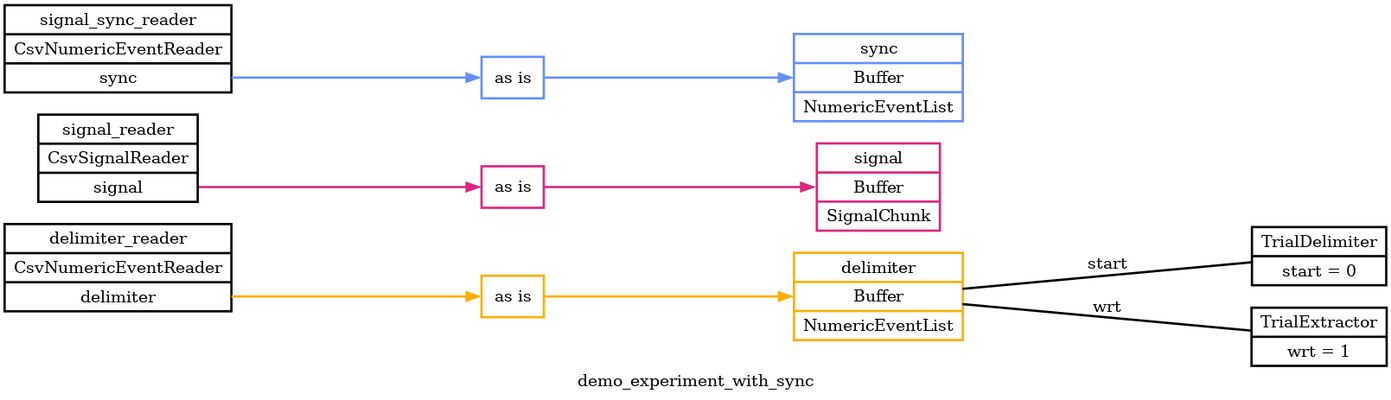
The Graphviz diagram docs/signal-demo/demo_experiment_with_sync.png in lwthompson2/pyramid, before a commit. Its source is kept beside it as docs/signal-demo/demo_experiment_with_sync.dot.
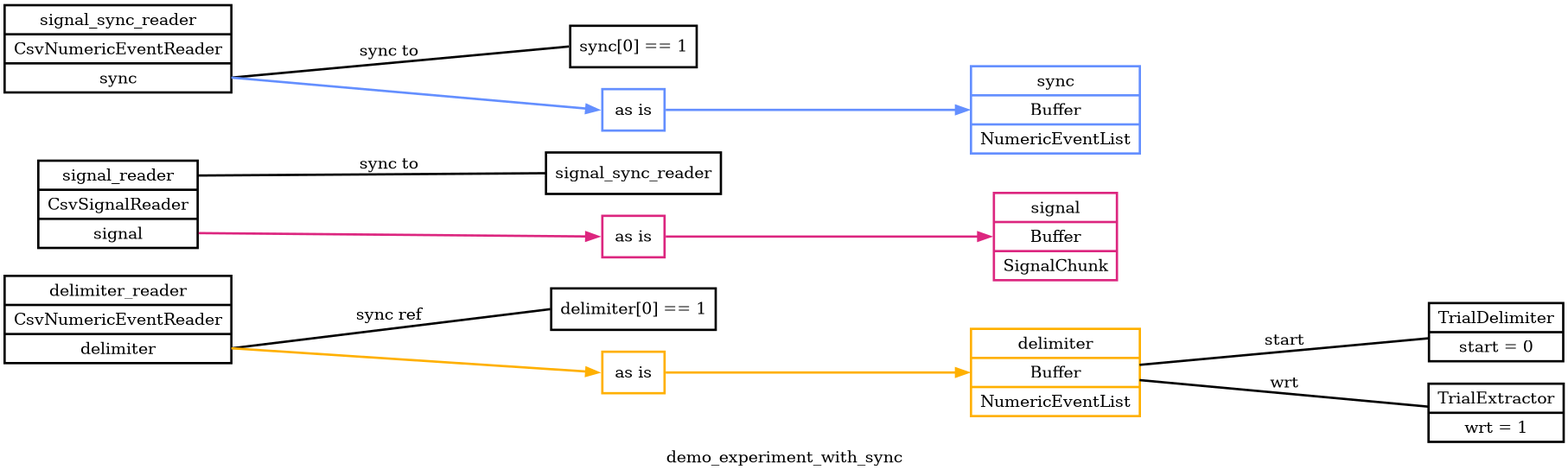
The same diagram one commit later.

The edit, as a diff of the source:
```diff
@@ -2,18 +2,24 @@
 	graph [label=demo_experiment_with_sync overlap=scale rankdir=LR ranksep=3.0 splines=false]
 	node [penwidth=2.0]
 	edge [penwidth=2.0]
-	delimiter_reader [label="delimiter_reader|CsvNumericEventReader|<delimiter>delimiter" shape=record]
-	signal_reader [label="signal_reader|CsvSignalReader|<signal>signal" shape=record]
-	signal_sync_reader [label="signal_sync_reader|CsvNumericEventReader|<sync>sync" shape=record]
+	delimiter_reader [label="<delimiter_reader>delimiter_reader|CsvNumericEventReader|<delimiter>delimiter" shape=record]
+	signal_reader [label="<signal_reader>signal_reader|CsvSignalReader|<signal>signal" shape=record]
+	signal_sync_reader [label="<signal_sync_reader>signal_sync_reader|CsvNumericEventReader|<sync>sync" shape=record]
 	delimiter [label="delimiter|Buffer|NumericEventList" color="#FFB000" shape=record]
 	signal [label="signal|Buffer|SignalChunk" color="#DC267F" shape=record]
 	sync [label="sync|Buffer|NumericEventList" color="#648FFF" shape=record]
+	delimiter_reader_sync [label="delimiter[0] == 1" shape=record]
+	delimiter_reader:delimiter:e -> delimiter_reader_sync:w [label="sync ref" arrowhead=none arrowtail=none]
 	delimiter_reader_route_0 [label="as is" color="#FFB000" shape=record]
 	delimiter_reader:delimiter:e -> delimiter_reader_route_0:w [color="#FFB000"]
 	delimiter_reader_route_0:e -> delimiter:w [color="#FFB000"]
+	signal_reader_sync [label=signal_sync_reader shape=record]
+	signal_reader:signal_reader:e -> signal_reader_sync:w [label="sync to" arrowhead=none arrowtail=none]
 	signal_reader_route_0 [label="as is" color="#DC267F" shape=record]
 	signal_reader:signal:e -> signal_reader_route_0:w [color="#DC267F"]
 	signal_reader_route_0:e -> signal:w [color="#DC267F"]
+	signal_sync_reader_sync [label="sync[0] == 1" shape=record]
+	signal_sync_reader:sync:e -> signal_sync_reader_sync:w [label="sync to" arrowhead=none arrowtail=none]
 	signal_sync_reader_route_0 [label="as is" color="#648FFF" shape=record]
 	signal_sync_reader:sync:e -> signal_sync_reader_route_0:w [color="#648FFF"]
 	signal_sync_reader_route_0:e -> sync:w [color="#648FFF"]
```
